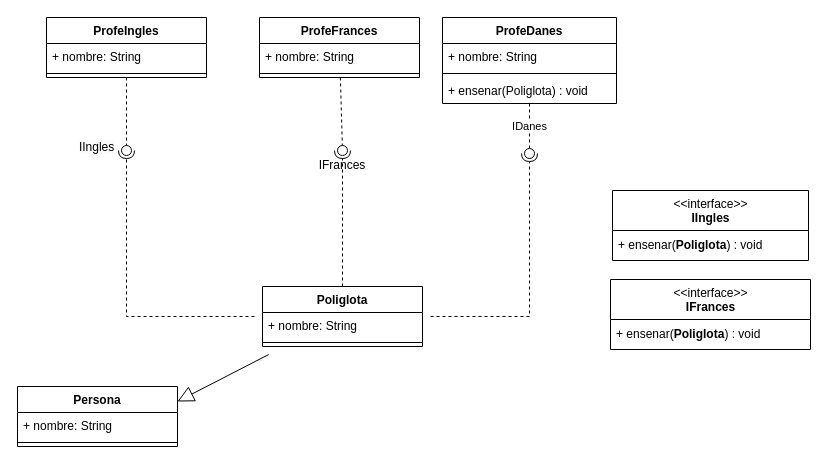
This is PrjTuti/desing/03HerenciaInterfaz.drawio from y-iss/Notes_PII, a draw.io file, before an edit. Source tidied: cells renumbered, new cells numbered last; positions are measured from the earlier drawing's top-left corner, leaving out a move shared by most shapes. Both pictures are drawn from the tidied source at 100%, with x=0, y=0 at pixel (17, 17).
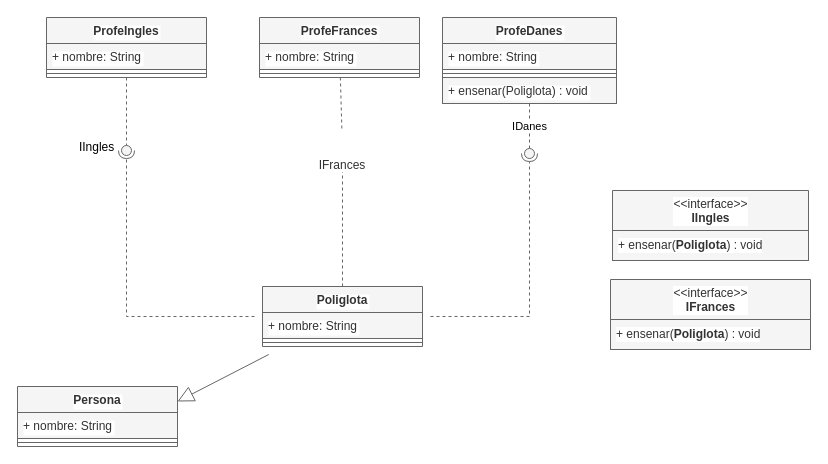
The same page after the edit.

Commit message (it also covers changes not shown here):
cambio de nombre

The edit, as a diff of the source:
```diff
@@
-<mxGraphModel>
+<mxGraphModel background="#ffffff">
@@
-    <mxCell id="2" style="edgeStyle=none;rounded=0;jettySize=auto;html=1;entryX=1;entryY=0.25;entryDx=0;entryDy=0;endArrow=block;endFill=0;startSize=14;endSize=14;sourcePerimeterSpacing=8;targetPerimeterSpacing=8;" parent="1" edge="1" source="3" target="29">
+    <mxCell id="2" style="edgeStyle=none;rounded=0;jettySize=auto;html=1;entryX=1;entryY=0.25;entryDx=0;entryDy=0;endArrow=block;endFill=0;startSize=14;endSize=14;sourcePerimeterSpacing=8;targetPerimeterSpacing=8;fontColor=#000000;labelBackgroundColor=#FFFFFF;fillColor=#f5f5f5;strokeColor=#666666;" parent="1" edge="1" source="3" target="29">
       <mxGeometry relative="1" as="geometry" />
     </mxCell>
-    <mxCell id="3" value="Poliglota" style="swimlane;fontStyle=1;align=center;verticalAlign=top;horizontal=1;startSize=26;" parent="1" vertex="1">
+    <mxCell id="3" value="Poliglota" style="swimlane;fontStyle=1;align=center;verticalAlign=top;horizontal=1;startSize=26;labelBackgroundColor=#FFFFFF;fillColor=#f5f5f5;strokeColor=#666666;fontColor=#333333;" parent="1" vertex="1">
       <mxGeometry x="245" y="269" width="160" height="60" as="geometry" />
     </mxCell>
-    <mxCell id="4" value="+ nombre: String" style="text;strokeColor=none;fillColor=none;align=left;verticalAlign=top;spacingLeft=4;spacingRight=4;overflow=hidden;" parent="3" vertex="1">
+    <mxCell id="4" value="+ nombre: String" style="text;fillColor=#f5f5f5;align=left;verticalAlign=top;spacingLeft=4;spacingRight=4;overflow=hidden;labelBackgroundColor=#FFFFFF;strokeColor=#666666;fontColor=#333333;" parent="3" vertex="1">
       <mxGeometry y="26" width="160" height="26" as="geometry" />
     </mxCell>
-    <mxCell id="5" style="line;strokeWidth=1;fillColor=none;align=left;verticalAlign=middle;spacingTop=-1;spacingLeft=3;spacingRight=3;labelPosition=right;strokeColor=inherit;" parent="3" vertex="1">
+    <mxCell id="5" style="line;strokeWidth=1;fillColor=#f5f5f5;align=left;verticalAlign=middle;spacingTop=-1;spacingLeft=3;spacingRight=3;labelPosition=right;labelBackgroundColor=#FFFFFF;strokeColor=#666666;fontColor=#333333;" parent="3" vertex="1">
       <mxGeometry y="52" width="160" height="8" as="geometry" />
     </mxCell>
-    <mxCell id="6" value="ProfeIngles" style="swimlane;fontStyle=1;align=center;verticalAlign=top;horizontal=1;startSize=26;" parent="1" vertex="1">
+    <mxCell id="6" value="ProfeIngles" style="swimlane;fontStyle=1;align=center;verticalAlign=top;horizontal=1;startSize=26;labelBackgroundColor=#FFFFFF;fillColor=#f5f5f5;strokeColor=#666666;fontColor=#333333;" parent="1" vertex="1">
       <mxGeometry x="29" width="160" height="60" as="geometry" />
     </mxCell>
-    <mxCell id="7" value="+ nombre: String" style="text;strokeColor=none;fillColor=none;align=left;verticalAlign=top;spacingLeft=4;spacingRight=4;overflow=hidden;" parent="6" vertex="1">
+    <mxCell id="7" value="+ nombre: String" style="text;fillColor=#f5f5f5;align=left;verticalAlign=top;spacingLeft=4;spacingRight=4;overflow=hidden;labelBackgroundColor=#FFFFFF;strokeColor=#666666;fontColor=#333333;" parent="6" vertex="1">
       <mxGeometry y="26" width="160" height="26" as="geometry" />
     </mxCell>
-    <mxCell id="8" style="line;strokeWidth=1;fillColor=none;align=left;verticalAlign=middle;spacingTop=-1;spacingLeft=3;spacingRight=3;labelPosition=right;strokeColor=inherit;" parent="6" vertex="1">
+    <mxCell id="8" style="line;strokeWidth=1;fillColor=#f5f5f5;align=left;verticalAlign=middle;spacingTop=-1;spacingLeft=3;spacingRight=3;labelPosition=right;labelBackgroundColor=#FFFFFF;strokeColor=#666666;fontColor=#333333;" parent="6" vertex="1">
       <mxGeometry y="52" width="160" height="8" as="geometry" />
     </mxCell>
-    <mxCell id="9" value="ProfeFrances" style="swimlane;fontStyle=1;align=center;verticalAlign=top;horizontal=1;startSize=26;" parent="1" vertex="1">
+    <mxCell id="9" value="ProfeFrances" style="swimlane;fontStyle=1;align=center;verticalAlign=top;horizontal=1;startSize=26;labelBackgroundColor=#FFFFFF;fillColor=#f5f5f5;strokeColor=#666666;fontColor=#333333;" parent="1" vertex="1">
       <mxGeometry x="242" width="160" height="60" as="geometry" />
     </mxCell>
-    <mxCell id="10" value="+ nombre: String" style="text;strokeColor=none;fillColor=none;align=left;verticalAlign=top;spacingLeft=4;spacingRight=4;overflow=hidden;" parent="9" vertex="1">
+    <mxCell id="10" value="+ nombre: String" style="text;fillColor=#f5f5f5;align=left;verticalAlign=top;spacingLeft=4;spacingRight=4;overflow=hidden;labelBackgroundColor=#FFFFFF;strokeColor=#666666;fontColor=#333333;" parent="9" vertex="1">
       <mxGeometry y="26" width="160" height="26" as="geometry" />
     </mxCell>
-    <mxCell id="11" style="line;strokeWidth=1;fillColor=none;align=left;verticalAlign=middle;spacingTop=-1;spacingLeft=3;spacingRight=3;labelPosition=right;strokeColor=inherit;" parent="9" vertex="1">
+    <mxCell id="11" style="line;strokeWidth=1;fillColor=#f5f5f5;align=left;verticalAlign=middle;spacingTop=-1;spacingLeft=3;spacingRight=3;labelPosition=right;labelBackgroundColor=#FFFFFF;strokeColor=#666666;fontColor=#333333;" parent="9" vertex="1">
       <mxGeometry y="52" width="160" height="8" as="geometry" />
     </mxCell>
-    <mxCell id="12" value="ProfeDanes" style="swimlane;fontStyle=1;align=center;verticalAlign=top;horizontal=1;startSize=26;" parent="1" vertex="1">
+    <mxCell id="12" value="ProfeDanes" style="swimlane;fontStyle=1;align=center;verticalAlign=top;horizontal=1;startSize=26;labelBackgroundColor=#FFFFFF;fillColor=#f5f5f5;strokeColor=#666666;fontColor=#333333;" parent="1" vertex="1">
       <mxGeometry x="425" width="174" height="86" as="geometry" />
     </mxCell>
-    <mxCell id="13" value="+ nombre: String" style="text;strokeColor=none;fillColor=none;align=left;verticalAlign=top;spacingLeft=4;spacingRight=4;overflow=hidden;" parent="12" vertex="1">
+    <mxCell id="13" value="+ nombre: String" style="text;fillColor=#f5f5f5;align=left;verticalAlign=top;spacingLeft=4;spacingRight=4;overflow=hidden;labelBackgroundColor=#FFFFFF;strokeColor=#666666;fontColor=#333333;" parent="12" vertex="1">
       <mxGeometry y="26" width="174" height="26" as="geometry" />
     </mxCell>
-    <mxCell id="14" style="line;strokeWidth=1;fillColor=none;align=left;verticalAlign=middle;spacingTop=-1;spacingLeft=3;spacingRight=3;labelPosition=right;strokeColor=inherit;" parent="12" vertex="1">
+    <mxCell id="14" style="line;strokeWidth=1;fillColor=#f5f5f5;align=left;verticalAlign=middle;spacingTop=-1;spacingLeft=3;spacingRight=3;labelPosition=right;labelBackgroundColor=#FFFFFF;strokeColor=#666666;fontColor=#333333;" parent="12" vertex="1">
       <mxGeometry y="52" width="174" height="8" as="geometry" />
     </mxCell>
-    <mxCell id="15" value="+ ensenar(Poliglota) : void" style="text;strokeColor=none;fillColor=none;align=left;verticalAlign=top;spacingLeft=4;spacingRight=4;overflow=hidden;" parent="12" vertex="1">
+    <mxCell id="15" value="+ ensenar(Poliglota) : void" style="text;fillColor=#f5f5f5;align=left;verticalAlign=top;spacingLeft=4;spacingRight=4;overflow=hidden;labelBackgroundColor=#FFFFFF;strokeColor=#666666;fontColor=#333333;" parent="12" vertex="1">
       <mxGeometry y="60" width="174" height="26" as="geometry" />
     </mxCell>
-    <mxCell id="16" value="&amp;lt;&amp;lt;interface&amp;gt;&amp;gt;&lt;br&gt;&lt;b&gt;IIngles&lt;/b&gt;" style="swimlane;fontStyle=0;align=center;verticalAlign=top;horizontal=1;startSize=40;html=1;" parent="1" vertex="1">
+    <mxCell id="16" value="&amp;lt;&amp;lt;interface&amp;gt;&amp;gt;&lt;br&gt;&lt;b&gt;IIngles&lt;/b&gt;" style="swimlane;fontStyle=0;align=center;verticalAlign=top;horizontal=1;startSize=40;html=1;labelBackgroundColor=#FFFFFF;fillColor=#f5f5f5;strokeColor=#666666;fontColor=#333333;" parent="1" vertex="1">
       <mxGeometry x="595" y="173" width="196" height="70" as="geometry" />
     </mxCell>
-    <mxCell id="17" value="+ ensenar(&lt;span style=&quot;font-weight: 700; text-align: center;&quot;&gt;Poliglota&lt;/span&gt;) : void" style="text;html=1;strokeColor=none;fillColor=none;align=left;verticalAlign=middle;spacingLeft=4;spacingRight=4;overflow=hidden;" parent="16" vertex="1">
+    <mxCell id="17" value="+ ensenar(&lt;span style=&quot;font-weight: 700; text-align: center;&quot;&gt;Poliglota&lt;/span&gt;) : void" style="text;html=1;fillColor=#f5f5f5;align=left;verticalAlign=middle;spacingLeft=4;spacingRight=4;overflow=hidden;labelBackgroundColor=#FFFFFF;strokeColor=#666666;fontColor=#333333;" parent="16" vertex="1">
       <mxGeometry y="40" width="196" height="30" as="geometry" />
     </mxCell>
-    <mxCell id="18" value="&amp;lt;&amp;lt;interface&amp;gt;&amp;gt;&lt;br&gt;&lt;b&gt;IFrances&lt;/b&gt;" style="swimlane;fontStyle=0;align=center;verticalAlign=top;horizontal=1;startSize=40;html=1;" parent="1" vertex="1">
+    <mxCell id="18" value="&amp;lt;&amp;lt;interface&amp;gt;&amp;gt;&lt;br&gt;&lt;b&gt;IFrances&lt;/b&gt;" style="swimlane;fontStyle=0;align=center;verticalAlign=top;horizontal=1;startSize=40;html=1;labelBackgroundColor=#FFFFFF;fillColor=#f5f5f5;strokeColor=#666666;fontColor=#333333;" parent="1" vertex="1">
       <mxGeometry x="593" y="262" width="200" height="70" as="geometry" />
     </mxCell>
-    <mxCell id="19" value="+ ensenar(&lt;span style=&quot;font-weight: 700; text-align: center;&quot;&gt;Poliglota&lt;/span&gt;) : void" style="text;html=1;strokeColor=none;fillColor=none;align=left;verticalAlign=middle;spacingLeft=4;spacingRight=4;overflow=hidden;" parent="18" vertex="1">
+    <mxCell id="19" value="+ ensenar(&lt;span style=&quot;font-weight: 700; text-align: center;&quot;&gt;Poliglota&lt;/span&gt;) : void" style="text;html=1;fillColor=#f5f5f5;align=left;verticalAlign=middle;spacingLeft=4;spacingRight=4;overflow=hidden;labelBackgroundColor=#FFFFFF;strokeColor=#666666;fontColor=#333333;" parent="18" vertex="1">
       <mxGeometry y="40" width="200" height="30" as="geometry" />
     </mxCell>
-    <mxCell id="20" value="&amp;nbsp; &amp;nbsp;&amp;nbsp;&lt;span style=&quot;border-color: var(--border-color); font-size: 12px; background-color: rgb(251, 251, 251);&quot;&gt;IIngles&lt;/span&gt;" style="rounded=0;jettySize=auto;html=1;endArrow=none;endFill=0;sketch=0;sourcePerimeterSpacing=0;targetPerimeterSpacing=0;dashed=1;startSize=14;endSize=14;" parent="1" edge="1" source="6" target="22">
+    <mxCell id="20" value="&amp;nbsp; &amp;nbsp;&amp;nbsp;&lt;span style=&quot;border-color: var(--border-color); font-size: 12px;&quot;&gt;IIngles&lt;/span&gt;" style="rounded=0;jettySize=auto;html=1;endArrow=none;endFill=0;sketch=0;sourcePerimeterSpacing=0;targetPerimeterSpacing=0;dashed=1;startSize=14;endSize=14;fontColor=#000000;labelBackgroundColor=#FFFFFF;fillColor=#f5f5f5;strokeColor=#666666;" parent="1" edge="1" source="6" target="22">
       <mxGeometry x="1" y="-36" relative="1" as="geometry">
         <Array as="points">
           <mxPoint x="109" y="105" />
         </Array>
         <mxPoint y="2" as="offset" />
       </mxGeometry>
     </mxCell>
-    <mxCell id="21" style="rounded=0;jettySize=auto;html=1;endArrow=halfCircle;endFill=0;entryX=0.5;entryY=0.5;endSize=6;strokeWidth=1;sketch=0;dashed=1;sourcePerimeterSpacing=8;targetPerimeterSpacing=8;" parent="1" edge="1" source="3" target="22">
+    <mxCell id="21" style="rounded=0;jettySize=auto;html=1;endArrow=halfCircle;endFill=0;entryX=0.5;entryY=0.5;endSize=6;strokeWidth=1;sketch=0;dashed=1;sourcePerimeterSpacing=8;targetPerimeterSpacing=8;fontColor=#000000;labelBackgroundColor=#FFFFFF;fillColor=#f5f5f5;strokeColor=#666666;" parent="1" edge="1" source="3" target="22">
       <mxGeometry relative="1" as="geometry">
         <Array as="points">
           <mxPoint x="109" y="299" />
         </Array>
       </mxGeometry>
     </mxCell>
-    <mxCell id="22" style="ellipse;whiteSpace=wrap;html=1;align=center;points=[];outlineConnect=0;sketch=0;" parent="1" vertex="1">
+    <mxCell id="22" style="ellipse;whiteSpace=wrap;html=1;align=center;points=[];outlineConnect=0;sketch=0;labelBackgroundColor=#FFFFFF;fillColor=#f5f5f5;strokeColor=#666666;fontColor=#333333;" parent="1" vertex="1">
       <mxGeometry x="104" y="128" width="10" height="10" as="geometry" />
     </mxCell>
-    <mxCell id="23" style="rounded=0;jettySize=auto;html=1;endArrow=none;endFill=0;sketch=0;sourcePerimeterSpacing=0;targetPerimeterSpacing=0;dashed=1;startSize=14;endSize=14;" parent="1" edge="1" source="9" target="25">
+    <mxCell id="23" style="rounded=0;jettySize=auto;html=1;endArrow=none;endFill=0;sketch=0;sourcePerimeterSpacing=0;targetPerimeterSpacing=0;dashed=1;startSize=14;endSize=14;fontColor=#000000;labelBackgroundColor=#FFFFFF;fillColor=#f5f5f5;strokeColor=#666666;" parent="1" edge="1" source="9" target="25">
       <mxGeometry relative="1" as="geometry" />
     </mxCell>
-    <mxCell id="24" style="rounded=0;jettySize=auto;html=1;endArrow=halfCircle;endFill=0;entryX=0.5;entryY=0.5;endSize=6;strokeWidth=1;sketch=0;dashed=1;sourcePerimeterSpacing=8;targetPerimeterSpacing=8;exitX=0.5;exitY=0;exitDx=0;exitDy=0;" parent="1" edge="1" source="3" target="25">
+    <mxCell id="24" style="rounded=0;jettySize=auto;html=1;endArrow=halfCircle;endFill=0;entryX=0.5;entryY=0.5;endSize=6;strokeWidth=1;sketch=0;dashed=1;sourcePerimeterSpacing=8;targetPerimeterSpacing=8;exitX=0.5;exitY=0;exitDx=0;exitDy=0;fontColor=#000000;labelBackgroundColor=#FFFFFF;fillColor=#f5f5f5;strokeColor=#666666;" parent="1" edge="1" source="3" target="25">
       <mxGeometry relative="1" as="geometry" />
     </mxCell>
-    <mxCell id="25" value="&lt;span style=&quot;border-color: var(--border-color);&quot;&gt;&lt;br&gt;&lt;br&gt;IFrances&lt;/span&gt;" style="ellipse;whiteSpace=wrap;html=1;align=center;points=[];outlineConnect=0;sketch=0;" parent="1" vertex="1">
+    <mxCell id="25" value="&lt;span style=&quot;border-color: var(--border-color);&quot;&gt;&lt;br&gt;&lt;br&gt;IFrances&lt;/span&gt;" style="ellipse;whiteSpace=wrap;html=1;align=center;points=[];outlineConnect=0;sketch=0;labelBackgroundColor=#FFFFFF;fillColor=#f5f5f5;strokeColor=#666666;fontColor=#333333;" parent="1" vertex="1">
       <mxGeometry x="320" y="128" width="10" height="10" as="geometry" />
     </mxCell>
-    <mxCell id="26" value="IDanes" style="rounded=0;jettySize=auto;html=1;endArrow=none;endFill=0;sketch=0;sourcePerimeterSpacing=0;targetPerimeterSpacing=0;dashed=1;startSize=14;endSize=14;" parent="1" edge="1" source="12" target="28">
+    <mxCell id="26" value="IDanes" style="rounded=0;jettySize=auto;html=1;endArrow=none;endFill=0;sketch=0;sourcePerimeterSpacing=0;targetPerimeterSpacing=0;dashed=1;startSize=14;endSize=14;fontColor=#000000;labelBackgroundColor=#FFFFFF;fillColor=#f5f5f5;strokeColor=#666666;" parent="1" edge="1" source="12" target="28">
       <mxGeometry relative="1" as="geometry" />
     </mxCell>
-    <mxCell id="27" style="rounded=0;jettySize=auto;html=1;endArrow=halfCircle;endFill=0;entryX=0.5;entryY=0.5;endSize=6;strokeWidth=1;sketch=0;dashed=1;sourcePerimeterSpacing=8;targetPerimeterSpacing=8;" parent="1" edge="1" source="3" target="28">
+    <mxCell id="27" style="rounded=0;jettySize=auto;html=1;endArrow=halfCircle;endFill=0;entryX=0.5;entryY=0.5;endSize=6;strokeWidth=1;sketch=0;dashed=1;sourcePerimeterSpacing=8;targetPerimeterSpacing=8;fontColor=#000000;labelBackgroundColor=#FFFFFF;fillColor=#f5f5f5;strokeColor=#666666;" parent="1" edge="1" source="3" target="28">
       <mxGeometry relative="1" as="geometry">
         <Array as="points">
           <mxPoint x="512" y="299" />
         </Array>
       </mxGeometry>
     </mxCell>
-    <mxCell id="28" style="ellipse;whiteSpace=wrap;html=1;align=center;points=[];outlineConnect=0;sketch=0;" parent="1" vertex="1">
+    <mxCell id="28" style="ellipse;whiteSpace=wrap;html=1;align=center;points=[];outlineConnect=0;sketch=0;labelBackgroundColor=#FFFFFF;fillColor=#f5f5f5;strokeColor=#666666;fontColor=#333333;" parent="1" vertex="1">
       <mxGeometry x="507" y="131" width="10" height="10" as="geometry" />
     </mxCell>
-    <mxCell id="29" value="Persona" style="swimlane;fontStyle=1;align=center;verticalAlign=top;horizontal=1;startSize=26;" parent="1" vertex="1">
+    <mxCell id="29" value="Persona" style="swimlane;fontStyle=1;align=center;verticalAlign=top;horizontal=1;startSize=26;labelBackgroundColor=#FFFFFF;fillColor=#f5f5f5;strokeColor=#666666;fontColor=#333333;" parent="1" vertex="1">
       <mxGeometry y="369" width="160" height="60" as="geometry" />
     </mxCell>
-    <mxCell id="30" value="+ nombre: String" style="text;strokeColor=none;fillColor=none;align=left;verticalAlign=top;spacingLeft=4;spacingRight=4;overflow=hidden;" parent="29" vertex="1">
+    <mxCell id="30" value="+ nombre: String" style="text;fillColor=#f5f5f5;align=left;verticalAlign=top;spacingLeft=4;spacingRight=4;overflow=hidden;labelBackgroundColor=#FFFFFF;strokeColor=#666666;fontColor=#333333;" parent="29" vertex="1">
       <mxGeometry y="26" width="160" height="26" as="geometry" />
     </mxCell>
-    <mxCell id="31" style="line;strokeWidth=1;fillColor=none;align=left;verticalAlign=middle;spacingTop=-1;spacingLeft=3;spacingRight=3;labelPosition=right;strokeColor=inherit;" parent="29" vertex="1">
+    <mxCell id="31" style="line;strokeWidth=1;fillColor=#f5f5f5;align=left;verticalAlign=middle;spacingTop=-1;spacingLeft=3;spacingRight=3;labelPosition=right;labelBackgroundColor=#FFFFFF;strokeColor=#666666;fontColor=#333333;" parent="29" vertex="1">
       <mxGeometry y="52" width="160" height="8" as="geometry" />
     </mxCell>
```
